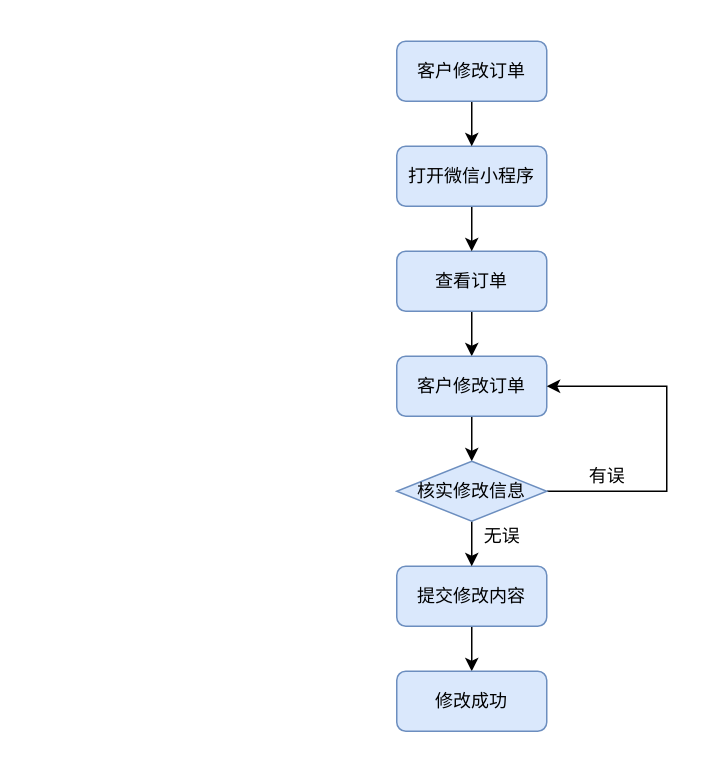
Earlier version of the draw.io diagram docs/src/客户修改订单.drawio (AndSonder/smart-hotel-database). Source tidied: cells renumbered, new cells numbered last; positions are measured from the earlier drawing's top-left corner, leaving out a move shared by most shapes. Both pictures are drawn from the tidied source at 150%, with x=0, y=0 at pixel (396, 40).
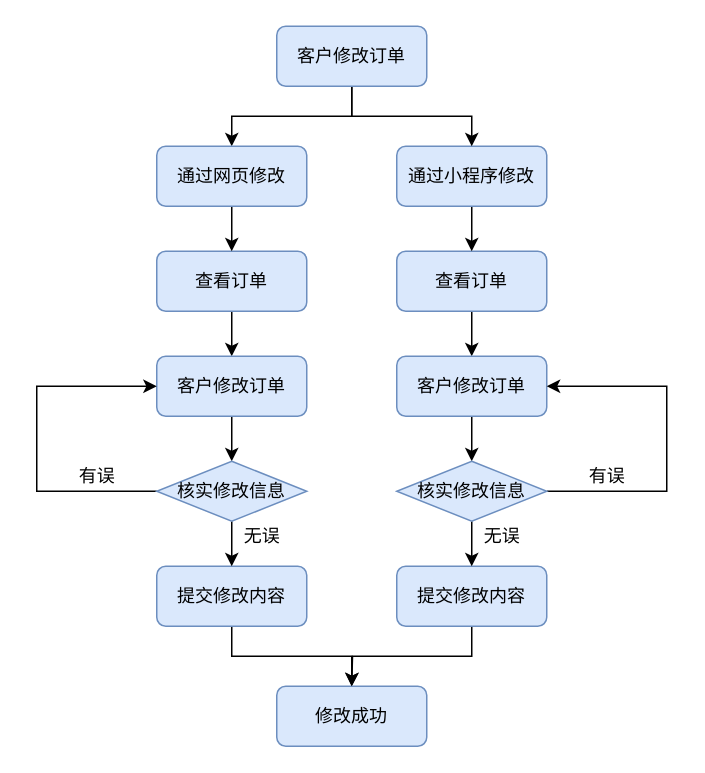
After the change.

Unchanged cells that the change refers to:
```xml
<mxCell id="11" value="提交修改内容" style="rounded=1;whiteSpace=wrap;html=1;fontSize=12;glass=0;strokeWidth=1;shadow=0;fillColor=#dae8fc;strokeColor=#6c8ebf;" parent="1" vertex="1">
  <mxGeometry y="350" width="100" height="40" as="geometry" />
</mxCell>
```

Diff of the diagram source:
```diff
@@
-    <mxCell id="5" value="打开微信小程序" style="rounded=1;whiteSpace=wrap;html=1;fontSize=12;glass=0;strokeWidth=1;shadow=0;fillColor=#dae8fc;strokeColor=#6c8ebf;" parent="1" vertex="1">
+    <mxCell id="5" value="通过小程序修改" style="rounded=1;whiteSpace=wrap;html=1;fontSize=12;glass=0;strokeWidth=1;shadow=0;fillColor=#dae8fc;strokeColor=#6c8ebf;" parent="1" vertex="1">
       <mxGeometry y="70" width="100" height="40" as="geometry" />
     </mxCell>
@@
-    <mxCell id="8" style="edgeStyle=orthogonalEdgeStyle;rounded=0;jettySize=auto;html=1;exitX=0.5;exitY=1;exitDx=0;exitDy=0;entryX=0.5;entryY=0;entryDx=0;entryDy=0;" parent="1" edge="1" source="9" target="5">
+    <mxCell id="8" style="edgeStyle=orthogonalEdgeStyle;rounded=0;jettySize=auto;html=1;exitX=0.5;exitY=1;exitDx=0;exitDy=0;strokeWidth=1;" parent="1" edge="1" source="9" target="5">
       <mxGeometry relative="1" as="geometry" />
     </mxCell>
+    <mxCell id="18" style="edgeStyle=orthogonalEdgeStyle;rounded=0;jettySize=auto;html=1;exitX=0.5;exitY=1;exitDx=0;exitDy=0;entryX=0.5;entryY=0;entryDx=0;entryDy=0;strokeWidth=1;" parent="1" edge="1" source="9" target="23">
+      <mxGeometry relative="1" as="geometry" />
+    </mxCell>
     <mxCell id="9" value="客户修改订单" style="rounded=1;whiteSpace=wrap;html=1;fontSize=12;glass=0;strokeWidth=1;shadow=0;fillColor=#dae8fc;strokeColor=#6c8ebf;" parent="1" vertex="1">
-      <mxGeometry width="100" height="40" as="geometry" />
+      <mxGeometry x="-80" y="-10" width="100" height="40" as="geometry" />
     </mxCell>
-    <mxCell id="10" style="edgeStyle=orthogonalEdgeStyle;rounded=0;jettySize=auto;html=1;exitX=0.5;exitY=1;exitDx=0;exitDy=0;entryX=0.5;entryY=0;entryDx=0;entryDy=0;" parent="1" edge="1" source="11" target="17">
-      <mxGeometry relative="1" as="geometry" />
-    </mxCell>
+    <mxCell id="19" style="edgeStyle=orthogonalEdgeStyle;rounded=0;jettySize=auto;html=1;exitX=0.5;exitY=1;exitDx=0;exitDy=0;strokeWidth=1;" parent="1" edge="1" source="11">
+      <mxGeometry relative="1" as="geometry">
+        <mxPoint x="-30" y="430" as="targetPoint" />
+      </mxGeometry>
+    </mxCell>
@@
     <mxCell id="17" value="修改成功" style="rounded=1;whiteSpace=wrap;html=1;fontSize=12;glass=0;strokeWidth=1;shadow=0;fillColor=#dae8fc;strokeColor=#6c8ebf;" parent="1" vertex="1">
-      <mxGeometry y="420" width="100" height="40" as="geometry" />
+      <mxGeometry x="-80" y="430" width="100" height="40" as="geometry" />
     </mxCell>
+    <mxCell id="20" style="edgeStyle=orthogonalEdgeStyle;rounded=0;jettySize=auto;html=1;exitX=0.5;exitY=1;exitDx=0;exitDy=0;entryX=0.5;entryY=0;entryDx=0;entryDy=0;" parent="1" edge="1" source="21" target="25">
+      <mxGeometry relative="1" as="geometry" />
+    </mxCell>
+    <mxCell id="21" value="&lt;span style=&quot;font-weight: 400&quot;&gt;查看订单&lt;/span&gt;" style="rounded=1;whiteSpace=wrap;html=1;fontSize=12;glass=0;strokeWidth=1;shadow=0;fillColor=#dae8fc;strokeColor=#6c8ebf;fontStyle=1;" parent="1" vertex="1">
+      <mxGeometry x="-160" y="140" width="100" height="40" as="geometry" />
+    </mxCell>
+    <mxCell id="22" style="edgeStyle=orthogonalEdgeStyle;rounded=0;jettySize=auto;html=1;exitX=0.5;exitY=1;exitDx=0;exitDy=0;entryX=0.5;entryY=0;entryDx=0;entryDy=0;" parent="1" edge="1" source="23" target="21">
+      <mxGeometry relative="1" as="geometry" />
+    </mxCell>
+    <mxCell id="23" value="通过网页修改" style="rounded=1;whiteSpace=wrap;html=1;fontSize=12;glass=0;strokeWidth=1;shadow=0;fillColor=#dae8fc;strokeColor=#6c8ebf;" parent="1" vertex="1">
+      <mxGeometry x="-160" y="70" width="100" height="40" as="geometry" />
+    </mxCell>
+    <mxCell id="24" style="edgeStyle=orthogonalEdgeStyle;rounded=0;jettySize=auto;html=1;exitX=0.5;exitY=1;exitDx=0;exitDy=0;entryX=0.5;entryY=0;entryDx=0;entryDy=0;" parent="1" edge="1" source="25" target="30">
+      <mxGeometry relative="1" as="geometry" />
+    </mxCell>
+    <mxCell id="25" value="客户修改订单" style="rounded=1;whiteSpace=wrap;html=1;fontSize=12;glass=0;strokeWidth=1;shadow=0;fillColor=#dae8fc;strokeColor=#6c8ebf;" parent="1" vertex="1">
+      <mxGeometry x="-160" y="210" width="100" height="40" as="geometry" />
+    </mxCell>
+    <mxCell id="26" style="edgeStyle=orthogonalEdgeStyle;rounded=0;jettySize=auto;html=1;exitX=0.5;exitY=1;exitDx=0;exitDy=0;strokeWidth=1;" parent="1" edge="1" source="27" target="17">
+      <mxGeometry relative="1" as="geometry" />
+    </mxCell>
+    <mxCell id="27" value="提交修改内容" style="rounded=1;whiteSpace=wrap;html=1;fontSize=12;glass=0;strokeWidth=1;shadow=0;fillColor=#dae8fc;strokeColor=#6c8ebf;" parent="1" vertex="1">
+      <mxGeometry x="-160" y="350" width="100" height="40" as="geometry" />
+    </mxCell>
+    <mxCell id="28" style="edgeStyle=orthogonalEdgeStyle;rounded=0;jettySize=auto;html=1;exitX=0.5;exitY=1;exitDx=0;exitDy=0;entryX=0.5;entryY=0;entryDx=0;entryDy=0;" parent="1" edge="1" source="30" target="27">
+      <mxGeometry relative="1" as="geometry" />
+    </mxCell>
+    <mxCell id="29" style="edgeStyle=orthogonalEdgeStyle;rounded=0;jettySize=auto;html=1;exitX=0;exitY=0.5;exitDx=0;exitDy=0;entryX=0;entryY=0.5;entryDx=0;entryDy=0;strokeWidth=1;" parent="1" edge="1" source="30" target="25">
+      <mxGeometry relative="1" as="geometry">
+        <Array as="points">
+          <mxPoint x="-240" y="300" />
+          <mxPoint x="-240" y="230" />
+        </Array>
+      </mxGeometry>
+    </mxCell>
+    <mxCell id="30" value="核实修改信息" style="rhombus;whiteSpace=wrap;html=1;fillColor=#dae8fc;strokeColor=#6c8ebf;" parent="1" vertex="1">
+      <mxGeometry x="-160" y="280" width="100" height="40" as="geometry" />
+    </mxCell>
+    <mxCell id="31" value="无误" style="text;html=1;align=center;verticalAlign=middle;strokeColor=none;" parent="1" vertex="1">
+      <mxGeometry x="-110" y="320" width="40" height="20" as="geometry" />
+    </mxCell>
+    <mxCell id="32" value="有误" style="text;html=1;align=center;verticalAlign=middle;strokeColor=none;" parent="1" vertex="1">
+      <mxGeometry x="-220" y="280" width="40" height="20" as="geometry" />
+    </mxCell>
```
